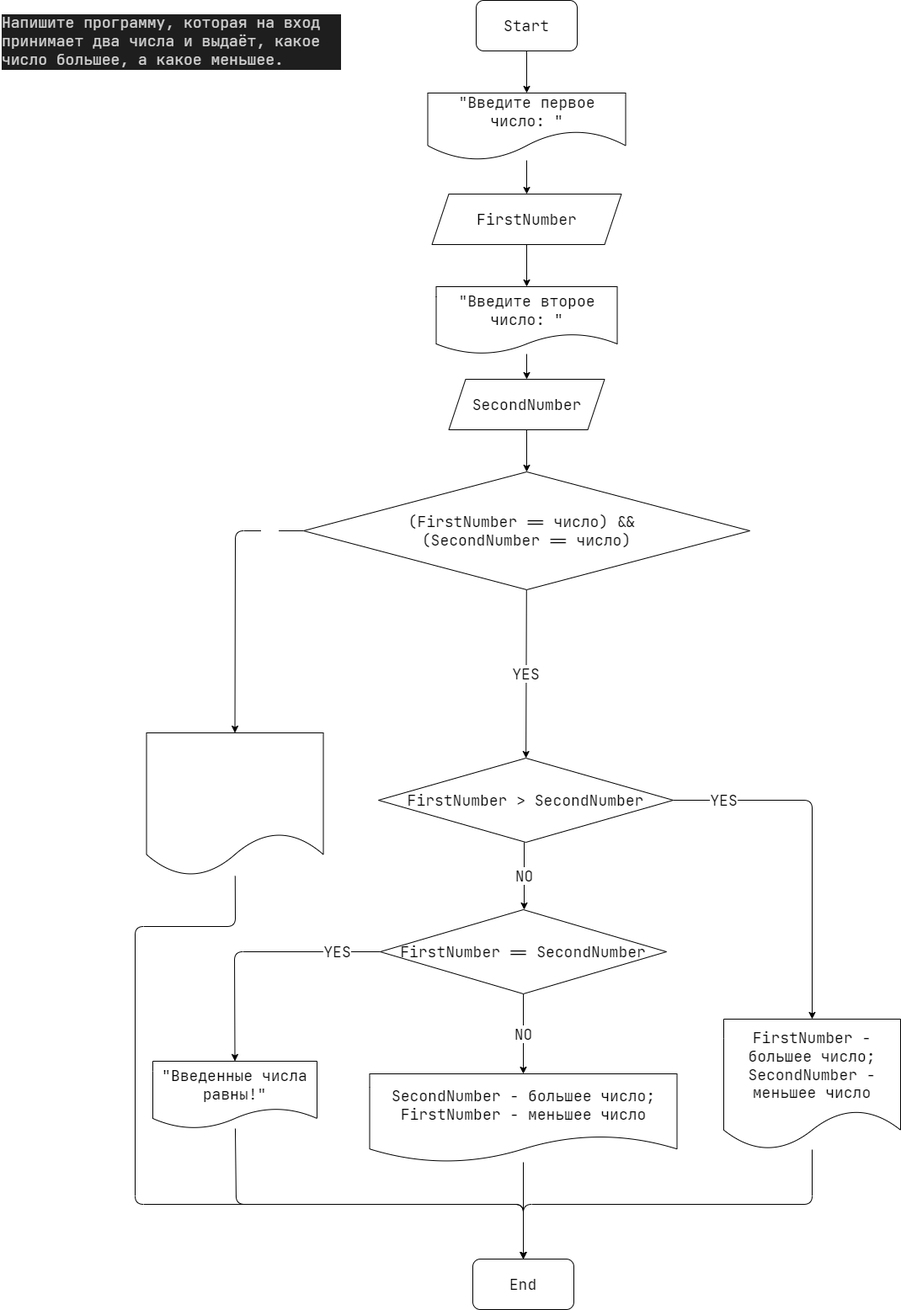
Trofpa/ProgsCsharp keeps this draw.io diagram as Csharp_seminar1/Homework/Task2_BiggerLesserNumber/Task2.drawio.png. Above is the earlier version. Source tidied: cells renumbered, new cells last; positions are measured from the earlier drawing's top-left corner, leaving out a move shared by most shapes.
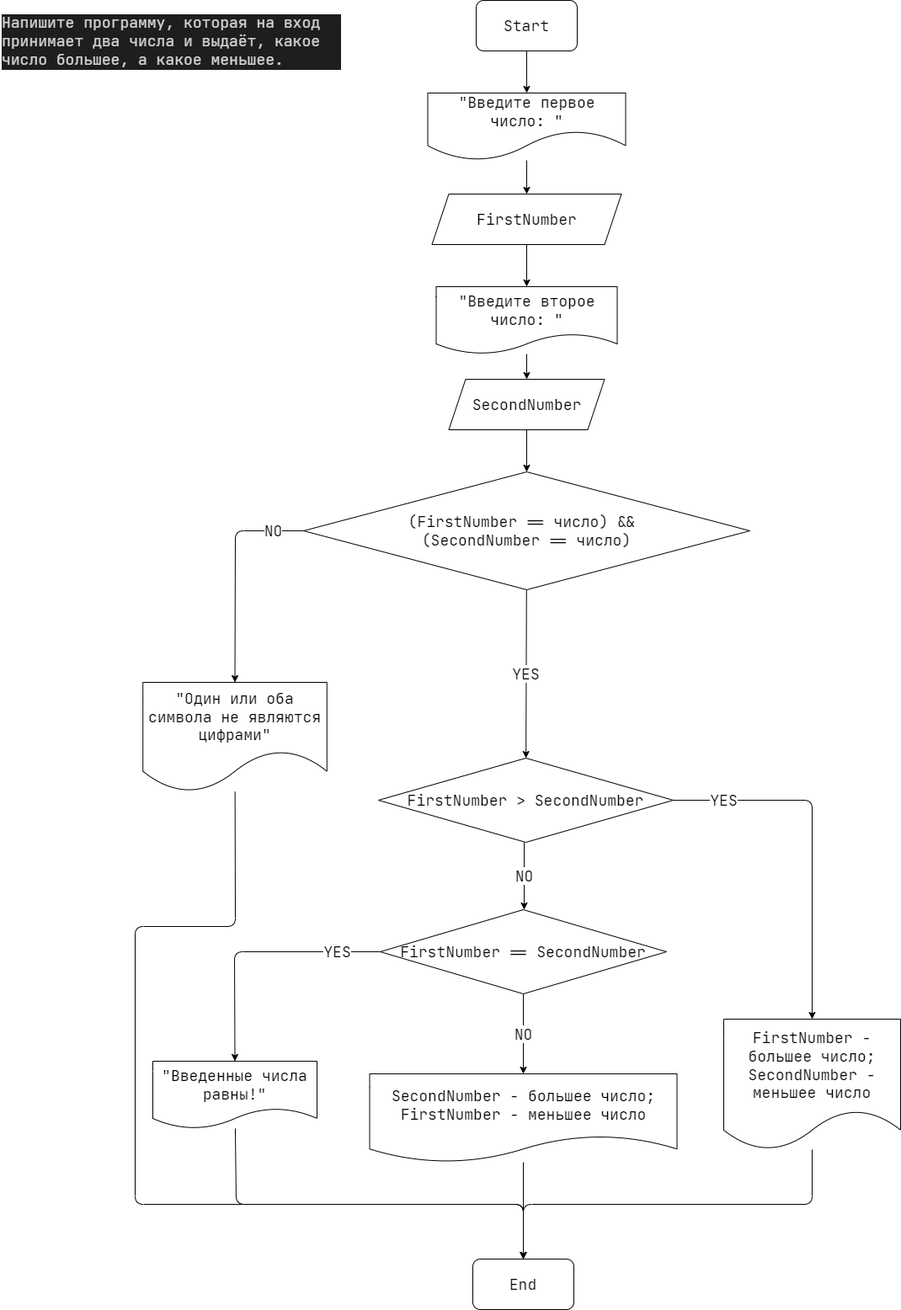
After the commit.

The edit, as a diff of the source:
```diff
@@ -99,8 +99,8 @@
     <mxCell id="26" value="YES" style="edgeStyle=none;html=1;fontFamily=JetBrains Mono;fontSize=18;" parent="1" edge="1" source="28" target="7">
       <mxGeometry relative="1" as="geometry" />
     </mxCell>
-    <mxCell id="27" value="NO" style="edgeStyle=none;html=1;exitX=0;exitY=0.5;exitDx=0;exitDy=0;entryX=0.5;entryY=0;entryDx=0;entryDy=0;fontFamily=JetBrains Mono;fontSize=18;fontColor=#FFFFFF;" parent="1" edge="1" source="28" target="30">
-      <mxGeometry x="-0.75" relative="1" as="geometry">
+    <mxCell id="27" value="NO" style="edgeStyle=none;html=1;exitX=0;exitY=0.5;exitDx=0;exitDy=0;entryX=0.5;entryY=0;entryDx=0;entryDy=0;fontFamily=JetBrains Mono;fontSize=18;" parent="1" edge="1" source="28" target="31">
+      <mxGeometry x="-0.73" relative="1" as="geometry">
         <Array as="points">
           <mxPoint x="279" y="630" />
         </Array>
@@ -109,7 +109,7 @@
     <mxCell id="28" value="&lt;font face=&quot;JetBrains Mono&quot;&gt;&lt;font style=&quot;font-size: 18px&quot;&gt;(FirstNumber == число) &amp;amp;&amp;amp; &lt;br&gt;(Second&lt;/font&gt;&lt;span style=&quot;font-size: 18px&quot;&gt;Number == число&lt;/span&gt;&lt;font style=&quot;font-size: 18px&quot;&gt;)&lt;/font&gt;&lt;/font&gt;" style="rhombus;whiteSpace=wrap;html=1;" parent="1" vertex="1">
       <mxGeometry x="360" y="560" width="530" height="140" as="geometry" />
     </mxCell>
-    <mxCell id="29" style="edgeStyle=none;html=1;fontFamily=JetBrains Mono;fontSize=18;fontColor=#FFFFFF;entryX=0.5;entryY=0;entryDx=0;entryDy=0;" parent="1" edge="1" source="30" target="12">
+    <mxCell id="29" style="edgeStyle=none;html=1;fontFamily=JetBrains Mono;fontSize=18;fontColor=#FFFFFF;entryX=0.5;entryY=0;entryDx=0;entryDy=0;" parent="1" edge="1" source="31" target="12">
       <mxGeometry relative="1" as="geometry">
         <Array as="points">
           <mxPoint x="279" y="1100" />
@@ -119,8 +119,8 @@
         </Array>
       </mxGeometry>
     </mxCell>
-    <mxCell id="30" value="&lt;p style=&quot;line-height: 19px&quot;&gt;&lt;font style=&quot;font-size: 18px&quot; color=&quot;#ffffff&quot; face=&quot;Helvetica&quot;&gt;&quot;Error&quot;&lt;/font&gt;&lt;/p&gt;" style="shape=document;whiteSpace=wrap;html=1;boundedLbl=1;fontFamily=JetBrains Mono;fontSize=14;" parent="1" vertex="1">
-      <mxGeometry x="173.5" y="870" width="210" height="170" as="geometry" />
-    </mxCell>
+    <mxCell id="31" value="&lt;font face=&quot;JetBrains Mono&quot;&gt;&lt;span style=&quot;font-size: 18px&quot;&gt;&quot;Один или оба символа не являются цифрами&quot;&lt;/span&gt;&lt;/font&gt;" style="shape=document;whiteSpace=wrap;html=1;boundedLbl=1;fontFamily=Helvetica;size=0.375;" parent="1" vertex="1">
+      <mxGeometry x="169.2" y="810" width="218.5" height="130" as="geometry" />
+    </mxCell>
   </root>
 </mxGraphModel>
```
